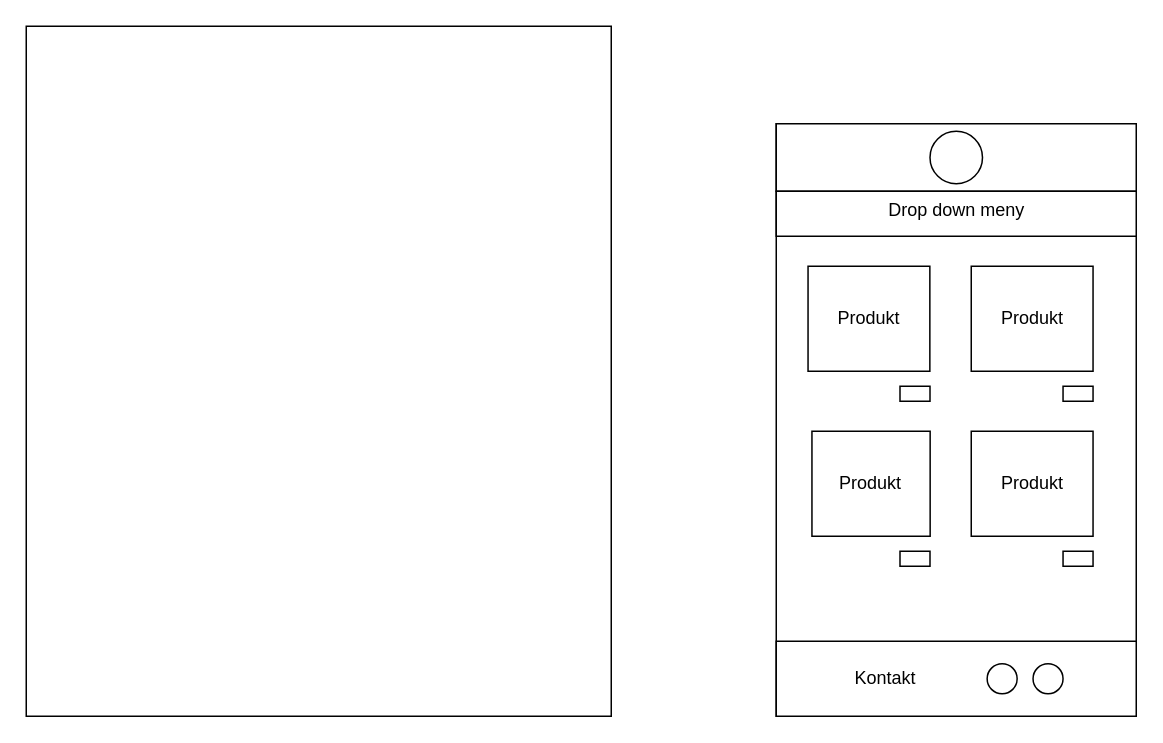
The draw.io diagram page "Page-3" (3 of 4) of granssnittsdesign/inlamning/persona.drawio in Navaas/WEB-2108, before the edit. Source tidied: cells renumbered, new cells numbered last; positions are measured from the earlier drawing's top-left corner, leaving out a move shared by most shapes. Both pictures are drawn from the tidied source at 150%, with x=0, y=0 at pixel (26, 26).
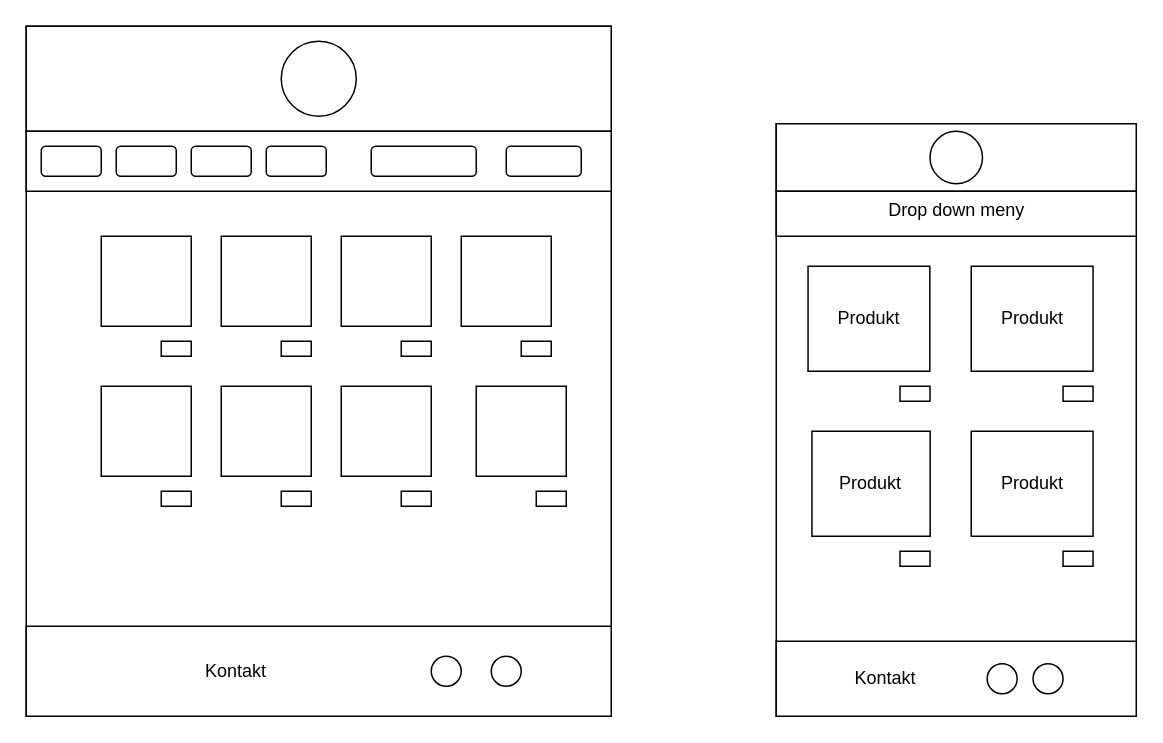
After the change.

Change to the diagram source:
```diff
@@
+    <mxCell id="24" style="rounded=0;whiteSpace=wrap;html=1;" parent="1" vertex="1">
+      <mxGeometry width="390" height="70" as="geometry" />
+    </mxCell>
+    <mxCell id="25" style="ellipse;whiteSpace=wrap;html=1;" parent="1" vertex="1">
+      <mxGeometry x="170" y="10" width="50" height="50" as="geometry" />
+    </mxCell>
+    <mxCell id="26" style="rounded=0;whiteSpace=wrap;html=1;" parent="1" vertex="1">
+      <mxGeometry y="70" width="390" height="40" as="geometry" />
+    </mxCell>
+    <mxCell id="27" style="rounded=1;whiteSpace=wrap;html=1;" parent="1" vertex="1">
+      <mxGeometry x="10" y="80" width="40" height="20" as="geometry" />
+    </mxCell>
+    <mxCell id="28" style="rounded=1;whiteSpace=wrap;html=1;" parent="1" vertex="1">
+      <mxGeometry x="60" y="80" width="40" height="20" as="geometry" />
+    </mxCell>
+    <mxCell id="29" style="rounded=1;whiteSpace=wrap;html=1;" parent="1" vertex="1">
+      <mxGeometry x="110" y="80" width="40" height="20" as="geometry" />
+    </mxCell>
+    <mxCell id="30" style="rounded=1;whiteSpace=wrap;html=1;" parent="1" vertex="1">
+      <mxGeometry x="160" y="80" width="40" height="20" as="geometry" />
+    </mxCell>
+    <mxCell id="31" style="rounded=1;whiteSpace=wrap;html=1;" parent="1" vertex="1">
+      <mxGeometry x="230" y="80" width="70" height="20" as="geometry" />
+    </mxCell>
+    <mxCell id="32" style="rounded=1;whiteSpace=wrap;html=1;" parent="1" vertex="1">
+      <mxGeometry x="320" y="80" width="50" height="20" as="geometry" />
+    </mxCell>
+    <mxCell id="33" style="whiteSpace=wrap;html=1;" parent="1" vertex="1">
+      <mxGeometry x="50" y="140" width="60" height="60" as="geometry" />
+    </mxCell>
+    <mxCell id="34" style="whiteSpace=wrap;html=1;" parent="1" vertex="1">
+      <mxGeometry x="130" y="140" width="60" height="60" as="geometry" />
+    </mxCell>
+    <mxCell id="35" style="whiteSpace=wrap;html=1;" parent="1" vertex="1">
+      <mxGeometry x="210" y="140" width="60" height="60" as="geometry" />
+    </mxCell>
+    <mxCell id="36" style="whiteSpace=wrap;html=1;" parent="1" vertex="1">
+      <mxGeometry x="290" y="140" width="60" height="60" as="geometry" />
+    </mxCell>
+    <mxCell id="37" style="whiteSpace=wrap;html=1;" parent="1" vertex="1">
+      <mxGeometry x="50" y="240" width="60" height="60" as="geometry" />
+    </mxCell>
+    <mxCell id="38" style="whiteSpace=wrap;html=1;" parent="1" vertex="1">
+      <mxGeometry x="130" y="240" width="60" height="60" as="geometry" />
+    </mxCell>
+    <mxCell id="39" style="whiteSpace=wrap;html=1;" parent="1" vertex="1">
+      <mxGeometry x="210" y="240" width="60" height="60" as="geometry" />
+    </mxCell>
+    <mxCell id="40" style="whiteSpace=wrap;html=1;" parent="1" vertex="1">
+      <mxGeometry x="300" y="240" width="60" height="60" as="geometry" />
+    </mxCell>
+    <mxCell id="41" style="rounded=0;whiteSpace=wrap;html=1;fontFamily=Helvetica;fontSize=12;" parent="1" vertex="1">
+      <mxGeometry x="330" y="210" width="20" height="10" as="geometry" />
+    </mxCell>
+    <mxCell id="42" style="rounded=0;whiteSpace=wrap;html=1;fontFamily=Helvetica;fontSize=12;" parent="1" vertex="1">
+      <mxGeometry x="250" y="210" width="20" height="10" as="geometry" />
+    </mxCell>
+    <mxCell id="43" style="rounded=0;whiteSpace=wrap;html=1;fontFamily=Helvetica;fontSize=12;" parent="1" vertex="1">
+      <mxGeometry x="170" y="210" width="20" height="10" as="geometry" />
+    </mxCell>
+    <mxCell id="44" style="rounded=0;whiteSpace=wrap;html=1;fontFamily=Helvetica;fontSize=12;" parent="1" vertex="1">
+      <mxGeometry x="90" y="210" width="20" height="10" as="geometry" />
+    </mxCell>
+    <mxCell id="45" style="rounded=0;whiteSpace=wrap;html=1;fontFamily=Helvetica;fontSize=12;" parent="1" vertex="1">
+      <mxGeometry x="340" y="310" width="20" height="10" as="geometry" />
+    </mxCell>
+    <mxCell id="46" style="rounded=0;whiteSpace=wrap;html=1;fontFamily=Helvetica;fontSize=12;" parent="1" vertex="1">
+      <mxGeometry x="250" y="310" width="20" height="10" as="geometry" />
+    </mxCell>
+    <mxCell id="47" style="rounded=0;whiteSpace=wrap;html=1;fontFamily=Helvetica;fontSize=12;" parent="1" vertex="1">
+      <mxGeometry x="170" y="310" width="20" height="10" as="geometry" />
+    </mxCell>
+    <mxCell id="48" style="rounded=0;whiteSpace=wrap;html=1;fontFamily=Helvetica;fontSize=12;" parent="1" vertex="1">
+      <mxGeometry x="90" y="310" width="20" height="10" as="geometry" />
+    </mxCell>
+    <mxCell id="49" style="rounded=0;whiteSpace=wrap;html=1;" parent="1" vertex="1">
+      <mxGeometry y="400" width="390" height="60" as="geometry" />
+    </mxCell>
+    <mxCell id="50" style="ellipse;whiteSpace=wrap;html=1;fontFamily=Helvetica;fontSize=12;" parent="1" vertex="1">
+      <mxGeometry x="310" y="420" width="20" height="20" as="geometry" />
+    </mxCell>
+    <mxCell id="51" style="ellipse;whiteSpace=wrap;html=1;fontFamily=Helvetica;fontSize=12;" parent="1" vertex="1">
+      <mxGeometry x="270" y="420" width="20" height="20" as="geometry" />
+    </mxCell>
+    <mxCell id="52" value="Kontakt" style="text;html=1;strokeColor=none;fillColor=none;align=center;verticalAlign=middle;whiteSpace=wrap;rounded=0;fontFamily=Helvetica;fontSize=12;" parent="1" vertex="1">
+      <mxGeometry x="110" y="415" width="60" height="30" as="geometry" />
+    </mxCell>
```
